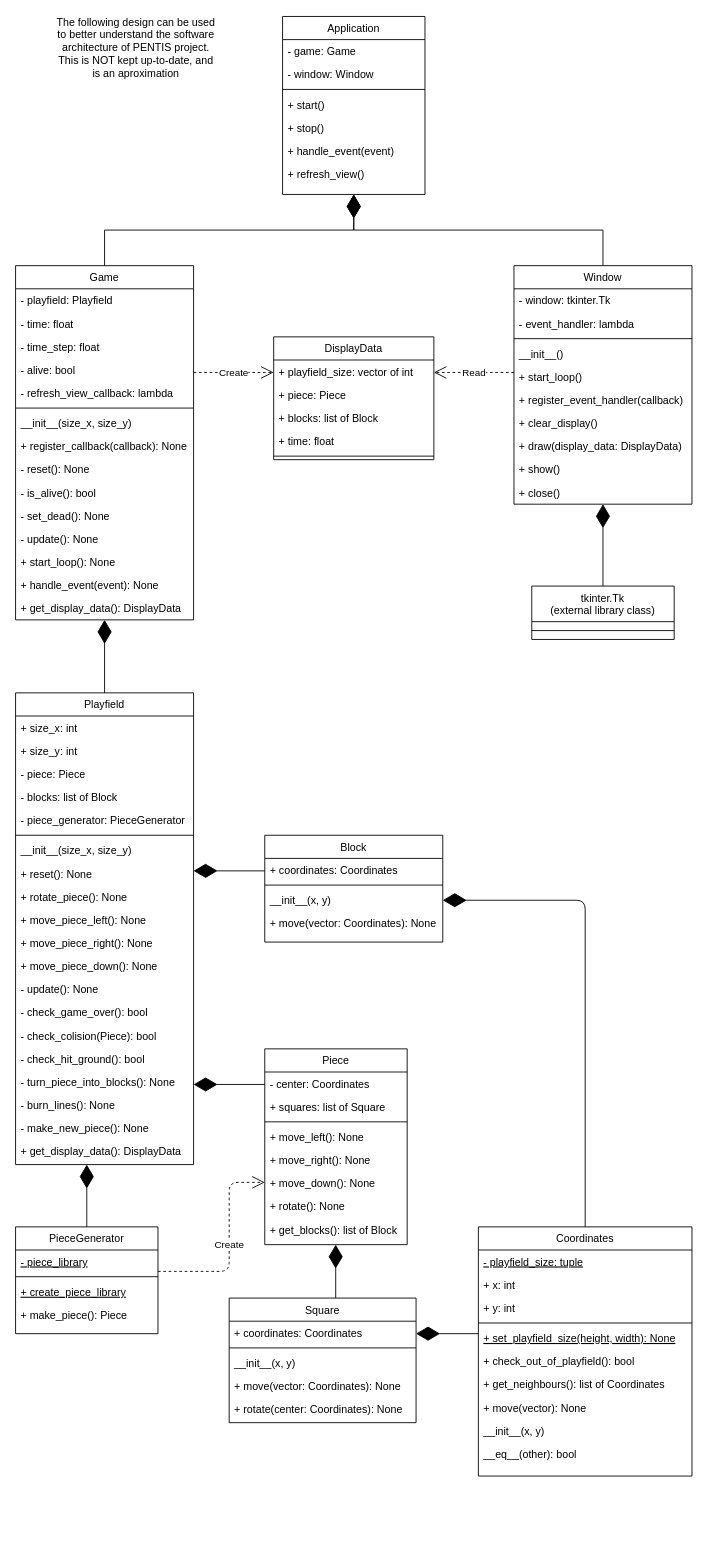
The draw.io diagram ClassDiagram_v0.0.1.drawio in msmiglo/pentis, before the edit. Source tidied: cells renumbered, new cells numbered last; positions are measured from the earlier drawing's top-left corner, leaving out a move shared by most shapes. Both pictures are drawn from the tidied source at 89%, with x=0, y=0 at pixel (15, 16).
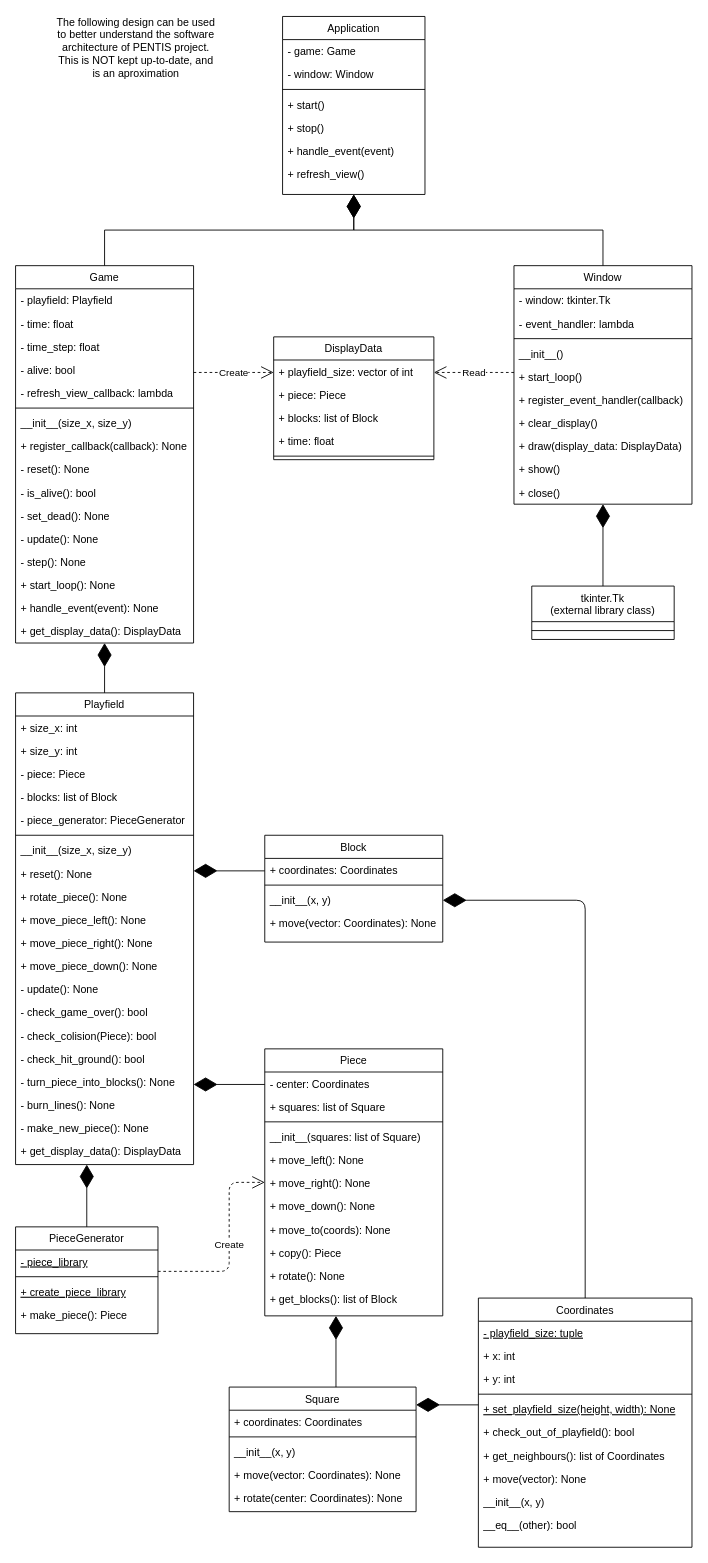
The same page after the edit.

Diff of the diagram source:
```diff
@@
     <mxCell id="18" value="Game" style="swimlane;fontStyle=0;align=center;verticalAlign=top;horizontal=1;startSize=26;rounded=0;shadow=0;strokeWidth=1;" parent="1" vertex="1">
-      <mxGeometry y="280" width="200" height="398" as="geometry" />
+      <mxGeometry y="280" width="200" height="424" as="geometry" />
     </mxCell>
@@
+    <mxCell id="116" value="- step(): None" style="text;align=left;verticalAlign=top;spacingLeft=4;spacingRight=4;overflow=hidden;" parent="18" vertex="1">
+      <mxGeometry y="320" width="200" height="26" as="geometry" />
+    </mxCell>
     <mxCell id="31" value="+ start_loop(): None" style="text;align=left;verticalAlign=top;spacingLeft=4;spacingRight=4;overflow=hidden;" parent="18" vertex="1">
-      <mxGeometry y="320" width="200" height="26" as="geometry" />
+      <mxGeometry y="346" width="200" height="26" as="geometry" />
     </mxCell>
     <mxCell id="32" value="+ handle_event(event): None" style="text;align=left;verticalAlign=top;spacingLeft=4;spacingRight=4;overflow=hidden;rounded=0;shadow=0;html=0;" parent="18" vertex="1">
-      <mxGeometry y="346" width="200" height="26" as="geometry" />
+      <mxGeometry y="372" width="200" height="26" as="geometry" />
     </mxCell>
     <mxCell id="33" value="+ get_display_data(): DisplayData" style="text;align=left;verticalAlign=top;spacingLeft=4;spacingRight=4;overflow=hidden;" parent="18" vertex="1">
-      <mxGeometry y="372" width="200" height="26" as="geometry" />
+      <mxGeometry y="398" width="200" height="26" as="geometry" />
     </mxCell>
@@
     <mxCell id="39" value="Square" style="swimlane;fontStyle=0;align=center;verticalAlign=top;horizontal=1;startSize=26;rounded=0;shadow=0;strokeWidth=1;" parent="1" vertex="1">
-      <mxGeometry x="240" y="1440" width="210" height="140" as="geometry" />
+      <mxGeometry x="240" y="1540" width="210" height="140" as="geometry" />
     </mxCell>
@@
     <mxCell id="45" value="Piece" style="swimlane;fontStyle=0;align=center;verticalAlign=top;horizontal=1;startSize=26;rounded=0;shadow=0;strokeWidth=1;" parent="1" vertex="1">
-      <mxGeometry x="280" y="1160" width="160" height="220" as="geometry" />
+      <mxGeometry x="280" y="1160" width="200" height="300" as="geometry" />
     </mxCell>
     <mxCell id="46" value="- center: Coordinates" style="text;align=left;verticalAlign=top;spacingLeft=4;spacingRight=4;overflow=hidden;" parent="45" vertex="1">
-      <mxGeometry y="26" width="160" height="26" as="geometry" />
+      <mxGeometry y="26" width="200" height="26" as="geometry" />
     </mxCell>
     <mxCell id="47" value="+ squares: list of Square" style="text;align=left;verticalAlign=top;spacingLeft=4;spacingRight=4;overflow=hidden;rounded=0;shadow=0;html=0;" parent="45" vertex="1">
-      <mxGeometry y="52" width="160" height="26" as="geometry" />
+      <mxGeometry y="52" width="200" height="26" as="geometry" />
     </mxCell>
     <mxCell id="48" style="line;html=1;strokeWidth=1;align=left;verticalAlign=middle;spacingTop=-1;spacingLeft=3;spacingRight=3;labelPosition=right;" parent="45" vertex="1">
-      <mxGeometry y="78" width="160" height="8" as="geometry" />
+      <mxGeometry y="78" width="200" height="8" as="geometry" />
     </mxCell>
+    <mxCell id="117" value="__init__(squares: list of Square)" style="text;align=left;verticalAlign=top;spacingLeft=4;spacingRight=4;overflow=hidden;" parent="45" vertex="1">
+      <mxGeometry y="86" width="200" height="26" as="geometry" />
+    </mxCell>
     <mxCell id="49" value="+ move_left(): None" style="text;align=left;verticalAlign=top;spacingLeft=4;spacingRight=4;overflow=hidden;" parent="45" vertex="1">
-      <mxGeometry y="86" width="160" height="26" as="geometry" />
+      <mxGeometry y="112" width="200" height="26" as="geometry" />
     </mxCell>
     <mxCell id="50" value="+ move_right(): None" style="text;align=left;verticalAlign=top;spacingLeft=4;spacingRight=4;overflow=hidden;rounded=0;shadow=0;html=0;" parent="45" vertex="1">
-      <mxGeometry y="112" width="160" height="26" as="geometry" />
+      <mxGeometry y="138" width="200" height="26" as="geometry" />
     </mxCell>
     <mxCell id="51" value="+ move_down(): None" style="text;align=left;verticalAlign=top;spacingLeft=4;spacingRight=4;overflow=hidden;rounded=0;shadow=0;html=0;" parent="45" vertex="1">
-      <mxGeometry y="138" width="160" height="26" as="geometry" />
+      <mxGeometry y="164" width="200" height="26" as="geometry" />
     </mxCell>
+    <mxCell id="118" value="+ move_to(coords): None" style="text;align=left;verticalAlign=top;spacingLeft=4;spacingRight=4;overflow=hidden;rounded=0;shadow=0;html=0;" parent="45" vertex="1">
+      <mxGeometry y="190" width="200" height="26" as="geometry" />
+    </mxCell>
+    <mxCell id="119" value="+ copy(): Piece" style="text;align=left;verticalAlign=top;spacingLeft=4;spacingRight=4;overflow=hidden;rounded=0;shadow=0;html=0;" parent="45" vertex="1">
+      <mxGeometry y="216" width="200" height="26" as="geometry" />
+    </mxCell>
     <mxCell id="52" value="+ rotate(): None" style="text;align=left;verticalAlign=top;spacingLeft=4;spacingRight=4;overflow=hidden;rounded=0;shadow=0;html=0;" parent="45" vertex="1">
-      <mxGeometry y="164" width="160" height="26" as="geometry" />
+      <mxGeometry y="242" width="200" height="26" as="geometry" />
     </mxCell>
     <mxCell id="53" value="+ get_blocks(): list of Block" style="text;align=left;verticalAlign=top;spacingLeft=4;spacingRight=4;overflow=hidden;" parent="45" vertex="1">
-      <mxGeometry y="190" width="160" height="26" as="geometry" />
+      <mxGeometry y="268" width="200" height="26" as="geometry" />
     </mxCell>
@@
     <mxCell id="91" value="Coordinates" style="swimlane;fontStyle=0;align=center;verticalAlign=top;horizontal=1;startSize=26;rounded=0;shadow=0;strokeWidth=1;" parent="1" vertex="1">
-      <mxGeometry x="520" y="1360" width="240" height="280" as="geometry" />
+      <mxGeometry x="520" y="1440" width="240" height="280" as="geometry" />
     </mxCell>
@@
     <mxCell id="105" style="endArrow=diamondThin;endFill=1;endSize=24;html=1;" parent="1" edge="1">
       <mxGeometry relative="1" as="geometry">
-        <mxPoint x="359.7" y="1440" as="sourcePoint" />
-        <mxPoint x="359.7" y="1380" as="targetPoint" />
+        <mxPoint x="360" y="1540" as="sourcePoint" />
+        <mxPoint x="360" y="1460" as="targetPoint" />
       </mxGeometry>
     </mxCell>
     <mxCell id="106" style="endArrow=diamondThin;endFill=1;endSize=24;html=1;" parent="1" edge="1">
       <mxGeometry relative="1" as="geometry">
-        <mxPoint x="520" y="1480" as="sourcePoint" />
-        <mxPoint x="450" y="1480" as="targetPoint" />
+        <mxPoint x="520" y="1560" as="sourcePoint" />
+        <mxPoint x="450" y="1560" as="targetPoint" />
       </mxGeometry>
     </mxCell>
```
